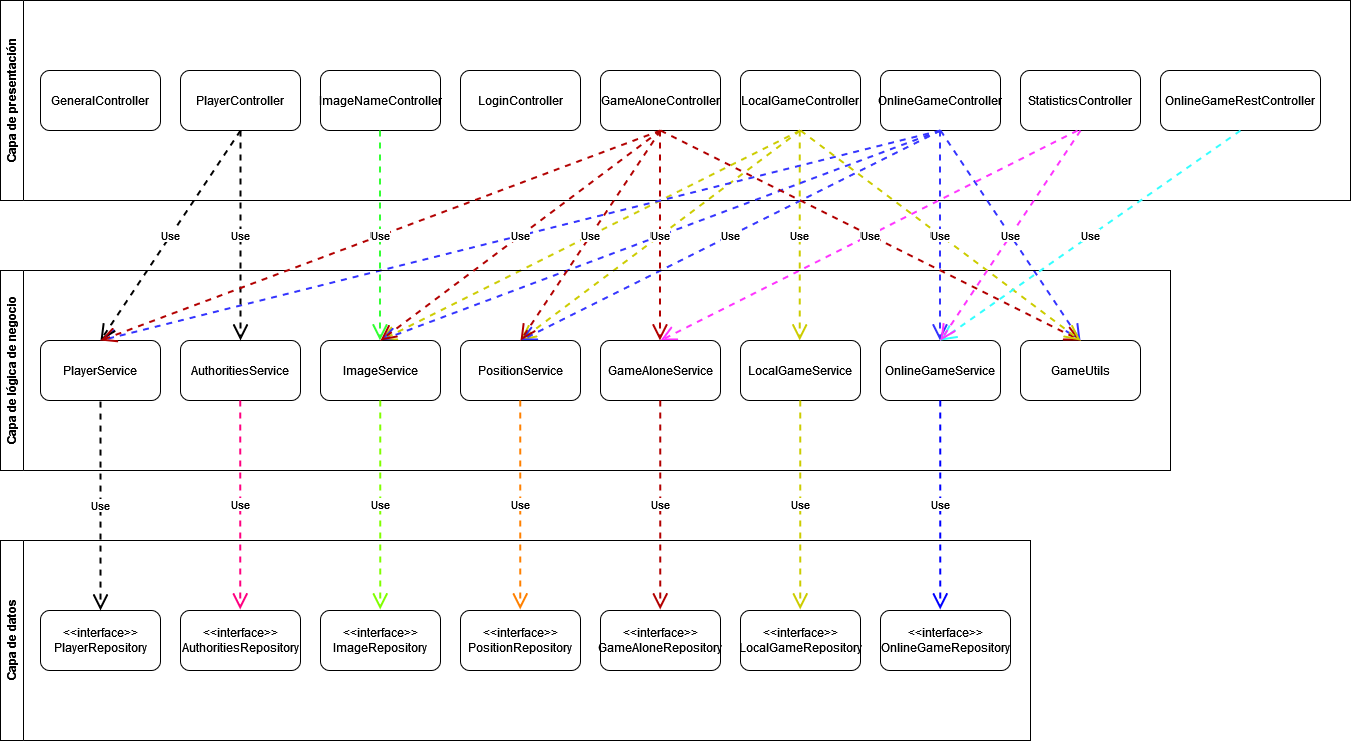
Above: doc/Diagrama de capas.png in jucamgar2/CUPES-TFG (draw.io), before the change. Source tidied: cells renumbered, new cells last; positions are measured from the earlier drawing's top-left corner, leaving out a move shared by most shapes. Source of this version:
```xml
<mxGraphModel>
  <root>
    <mxCell id="0" />
    <mxCell id="1" parent="0" />
    <mxCell id="2" value="&lt;div&gt;Capa de presentación&lt;/div&gt;" style="swimlane;horizontal=0;whiteSpace=wrap;html=1;startSize=23;" parent="1" vertex="1">
      <mxGeometry width="1350" height="200" as="geometry" />
    </mxCell>
    <mxCell id="3" value="GeneralController" style="rounded=1;whiteSpace=wrap;html=1;" parent="2" vertex="1">
      <mxGeometry x="40" y="70" width="120" height="60" as="geometry" />
    </mxCell>
    <mxCell id="4" value="PlayerController" style="rounded=1;whiteSpace=wrap;html=1;" parent="2" vertex="1">
      <mxGeometry x="180" y="70" width="120" height="60" as="geometry" />
    </mxCell>
    <mxCell id="5" value="LoginController" style="rounded=1;whiteSpace=wrap;html=1;" parent="2" vertex="1">
      <mxGeometry x="460" y="70" width="120" height="60" as="geometry" />
    </mxCell>
    <mxCell id="6" value="GameAloneController" style="rounded=1;whiteSpace=wrap;html=1;" parent="2" vertex="1">
      <mxGeometry x="600" y="70" width="120" height="60" as="geometry" />
    </mxCell>
    <mxCell id="7" value="LocalGameController" style="rounded=1;whiteSpace=wrap;html=1;" parent="2" vertex="1">
      <mxGeometry x="740" y="70" width="120" height="60" as="geometry" />
    </mxCell>
    <mxCell id="8" value="OnlineGameController" style="rounded=1;whiteSpace=wrap;html=1;" parent="2" vertex="1">
      <mxGeometry x="880" y="70" width="120" height="60" as="geometry" />
    </mxCell>
    <mxCell id="9" value="StatisticsController" style="rounded=1;whiteSpace=wrap;html=1;" parent="2" vertex="1">
      <mxGeometry x="1020" y="70" width="120" height="60" as="geometry" />
    </mxCell>
    <mxCell id="10" value="OnlineGameRestController" style="rounded=1;whiteSpace=wrap;html=1;" parent="2" vertex="1">
      <mxGeometry x="1160" y="70" width="160" height="60" as="geometry" />
    </mxCell>
    <mxCell id="11" value="ImageNameController" style="rounded=1;whiteSpace=wrap;html=1;" parent="2" vertex="1">
      <mxGeometry x="320" y="70" width="120" height="60" as="geometry" />
    </mxCell>
    <mxCell id="12" value="Use" style="endArrow=open;endSize=12;dashed=1;html=1;rounded=0;exitX=0.5;exitY=1;exitDx=0;exitDy=0;entryX=0.5;entryY=0;entryDx=0;entryDy=0;strokeWidth=2;fillColor=#60a917;strokeColor=#33FF33;" parent="2" edge="1">
      <mxGeometry relative="1" as="geometry">
        <mxPoint x="379.5" y="130" as="sourcePoint" />
        <mxPoint x="379.5" y="340" as="targetPoint" />
      </mxGeometry>
    </mxCell>
    <mxCell id="13" value="Use" style="endArrow=open;endSize=12;dashed=1;html=1;rounded=0;exitX=0.5;exitY=1;exitDx=0;exitDy=0;entryX=0.5;entryY=0;entryDx=0;entryDy=0;strokeWidth=2;fillColor=#e51400;strokeColor=#B20000;" parent="2" edge="1">
      <mxGeometry relative="1" as="geometry">
        <mxPoint x="659.5" y="130" as="sourcePoint" />
        <mxPoint x="659.5" y="340" as="targetPoint" />
      </mxGeometry>
    </mxCell>
    <mxCell id="14" value="Use" style="endArrow=open;endSize=12;dashed=1;html=1;rounded=0;exitX=0.5;exitY=1;exitDx=0;exitDy=0;entryX=0.5;entryY=0;entryDx=0;entryDy=0;strokeWidth=2;strokeColor=#CCCC00;fillColor=#fff2cc;gradientColor=#ffd966;" parent="2" edge="1">
      <mxGeometry relative="1" as="geometry">
        <mxPoint x="799.2" y="130" as="sourcePoint" />
        <mxPoint x="799.2" y="340" as="targetPoint" />
      </mxGeometry>
    </mxCell>
    <mxCell id="15" value="Use" style="endArrow=open;endSize=12;dashed=1;html=1;rounded=0;entryX=0.5;entryY=0;entryDx=0;entryDy=0;strokeWidth=2;strokeColor=#CCCC00;fillColor=#fff2cc;gradientColor=#ffd966;" parent="2" edge="1">
      <mxGeometry relative="1" as="geometry">
        <mxPoint x="799.7" y="130" as="sourcePoint" />
        <mxPoint x="519.7" y="340" as="targetPoint" />
      </mxGeometry>
    </mxCell>
    <mxCell id="16" value="Use" style="endArrow=open;endSize=12;dashed=1;html=1;rounded=0;strokeWidth=2;fillColor=#fff2cc;strokeColor=#CCCC00;gradientColor=#ffd966;" parent="2" edge="1">
      <mxGeometry relative="1" as="geometry">
        <mxPoint x="799.7" y="130" as="sourcePoint" />
        <mxPoint x="380" y="340" as="targetPoint" />
      </mxGeometry>
    </mxCell>
    <mxCell id="17" value="Use" style="endArrow=open;endSize=12;dashed=1;html=1;rounded=0;exitX=0.5;exitY=1;exitDx=0;exitDy=0;entryX=0.5;entryY=0;entryDx=0;entryDy=0;strokeWidth=2;strokeColor=#3333FF;" parent="2" edge="1">
      <mxGeometry relative="1" as="geometry">
        <mxPoint x="939.5" y="130" as="sourcePoint" />
        <mxPoint x="939.5" y="340" as="targetPoint" />
      </mxGeometry>
    </mxCell>
    <mxCell id="18" value="Use" style="endArrow=open;endSize=12;dashed=1;html=1;rounded=0;entryX=0.5;entryY=0;entryDx=0;entryDy=0;strokeWidth=2;strokeColor=#3333FF;" parent="2" edge="1" target="24">
      <mxGeometry relative="1" as="geometry">
        <mxPoint x="940" y="130" as="sourcePoint" />
      </mxGeometry>
    </mxCell>
    <mxCell id="19" value="Use" style="endArrow=open;endSize=12;dashed=1;html=1;rounded=0;strokeWidth=2;strokeColor=#3333FF;" parent="2" edge="1">
      <mxGeometry relative="1" as="geometry">
        <mxPoint x="940" y="130" as="sourcePoint" />
        <mxPoint x="380" y="340" as="targetPoint" />
      </mxGeometry>
    </mxCell>
    <mxCell id="20" value="Use" style="endArrow=open;endSize=12;dashed=1;html=1;rounded=0;strokeWidth=2;strokeColor=#3333FF;" parent="2" edge="1">
      <mxGeometry relative="1" as="geometry">
        <mxPoint x="940" y="130" as="sourcePoint" />
        <mxPoint x="520" y="340" as="targetPoint" />
      </mxGeometry>
    </mxCell>
    <mxCell id="21" value="Use" style="endArrow=open;endSize=12;dashed=1;html=1;rounded=0;strokeWidth=2;strokeColor=#3333FF;" parent="2" edge="1">
      <mxGeometry relative="1" as="geometry">
        <mxPoint x="940" y="130" as="sourcePoint" />
        <mxPoint x="1080" y="340" as="targetPoint" />
      </mxGeometry>
    </mxCell>
    <mxCell id="22" value="Use" style="endArrow=open;endSize=12;dashed=1;html=1;rounded=0;exitX=0.5;exitY=1;exitDx=0;exitDy=0;entryX=0.5;entryY=0;entryDx=0;entryDy=0;strokeWidth=2;strokeColor=#FF33FF;" parent="2" edge="1" target="28">
      <mxGeometry relative="1" as="geometry">
        <mxPoint x="1077" y="130" as="sourcePoint" />
      </mxGeometry>
    </mxCell>
    <mxCell id="23" value="&lt;div&gt;Capa de lógica de negocio&lt;/div&gt;" style="swimlane;horizontal=0;whiteSpace=wrap;html=1;startSize=23;" parent="1" vertex="1">
      <mxGeometry y="270" width="1170" height="200" as="geometry" />
    </mxCell>
    <mxCell id="24" value="PlayerService" style="rounded=1;whiteSpace=wrap;html=1;" parent="23" vertex="1">
      <mxGeometry x="40" y="70" width="120" height="60" as="geometry" />
    </mxCell>
    <mxCell id="25" value="AuthoritiesService" style="rounded=1;whiteSpace=wrap;html=1;" parent="23" vertex="1">
      <mxGeometry x="180" y="70" width="120" height="60" as="geometry" />
    </mxCell>
    <mxCell id="26" value="ImageService" style="rounded=1;whiteSpace=wrap;html=1;" parent="23" vertex="1">
      <mxGeometry x="320" y="70" width="120" height="60" as="geometry" />
    </mxCell>
    <mxCell id="27" value="PositionService" style="rounded=1;whiteSpace=wrap;html=1;" parent="23" vertex="1">
      <mxGeometry x="460" y="70" width="120" height="60" as="geometry" />
    </mxCell>
    <mxCell id="28" value="GameAloneService" style="rounded=1;whiteSpace=wrap;html=1;" parent="23" vertex="1">
      <mxGeometry x="600" y="70" width="120" height="60" as="geometry" />
    </mxCell>
    <mxCell id="29" value="LocalGameService" style="rounded=1;whiteSpace=wrap;html=1;" parent="23" vertex="1">
      <mxGeometry x="740" y="70" width="120" height="60" as="geometry" />
    </mxCell>
    <mxCell id="30" value="OnlineGameService" style="rounded=1;whiteSpace=wrap;html=1;" parent="23" vertex="1">
      <mxGeometry x="880" y="70" width="120" height="60" as="geometry" />
    </mxCell>
    <mxCell id="31" value="GameUtils" style="rounded=1;whiteSpace=wrap;html=1;" parent="23" vertex="1">
      <mxGeometry x="1020" y="70" width="120" height="60" as="geometry" />
    </mxCell>
    <mxCell id="32" value="Use" style="endArrow=open;endSize=12;dashed=1;html=1;rounded=0;exitX=0.408;exitY=1.017;exitDx=0;exitDy=0;exitPerimeter=0;strokeWidth=2;strokeColor=#FF0080;" parent="23" edge="1">
      <mxGeometry relative="1" as="geometry">
        <mxPoint x="239.7" y="130" as="sourcePoint" />
        <mxPoint x="239.7" y="339" as="targetPoint" />
      </mxGeometry>
    </mxCell>
    <mxCell id="33" value="Use" style="endArrow=open;endSize=12;dashed=1;html=1;rounded=0;exitX=0.408;exitY=1.017;exitDx=0;exitDy=0;exitPerimeter=0;strokeWidth=2;strokeColor=#80FF00;" parent="23" edge="1">
      <mxGeometry relative="1" as="geometry">
        <mxPoint x="379.7" y="130" as="sourcePoint" />
        <mxPoint x="379.7" y="339" as="targetPoint" />
      </mxGeometry>
    </mxCell>
    <mxCell id="34" value="Use" style="endArrow=open;endSize=12;dashed=1;html=1;rounded=0;exitX=0.408;exitY=1.017;exitDx=0;exitDy=0;exitPerimeter=0;strokeWidth=2;strokeColor=#FF8000;" parent="23" edge="1">
      <mxGeometry relative="1" as="geometry">
        <mxPoint x="519.7" y="130" as="sourcePoint" />
        <mxPoint x="519.7" y="339" as="targetPoint" />
      </mxGeometry>
    </mxCell>
    <mxCell id="35" value="Use" style="endArrow=open;endSize=12;dashed=1;html=1;rounded=0;exitX=0.408;exitY=1.017;exitDx=0;exitDy=0;exitPerimeter=0;strokeWidth=2;fillColor=#e51400;strokeColor=#B20000;" parent="23" edge="1">
      <mxGeometry relative="1" as="geometry">
        <mxPoint x="659.7" y="130" as="sourcePoint" />
        <mxPoint x="659.7" y="339" as="targetPoint" />
      </mxGeometry>
    </mxCell>
    <mxCell id="36" value="Use" style="endArrow=open;endSize=12;dashed=1;html=1;rounded=0;exitX=0.408;exitY=1.017;exitDx=0;exitDy=0;exitPerimeter=0;strokeWidth=2;strokeColor=#CCCC00;" parent="23" edge="1">
      <mxGeometry relative="1" as="geometry">
        <mxPoint x="799.7" y="130" as="sourcePoint" />
        <mxPoint x="799.7" y="339" as="targetPoint" />
      </mxGeometry>
    </mxCell>
    <mxCell id="37" value="Use" style="endArrow=open;endSize=12;dashed=1;html=1;rounded=0;exitX=0.408;exitY=1.017;exitDx=0;exitDy=0;exitPerimeter=0;strokeWidth=2;strokeColor=#0000FF;" parent="23" edge="1">
      <mxGeometry relative="1" as="geometry">
        <mxPoint x="939.7" y="130" as="sourcePoint" />
        <mxPoint x="939.7" y="339" as="targetPoint" />
      </mxGeometry>
    </mxCell>
    <mxCell id="38" value="Capa de datos" style="swimlane;horizontal=0;whiteSpace=wrap;html=1;startSize=23;" parent="1" vertex="1">
      <mxGeometry y="540" width="1030" height="200" as="geometry" />
    </mxCell>
    <mxCell id="39" value="&lt;div&gt;&amp;lt;&amp;lt;interface&amp;gt;&amp;gt;&lt;/div&gt;&lt;div&gt;PlayerRepository&lt;/div&gt;" style="rounded=1;whiteSpace=wrap;html=1;" parent="38" vertex="1">
      <mxGeometry x="40" y="70" width="120" height="60" as="geometry" />
    </mxCell>
    <mxCell id="40" value="&lt;div&gt;&amp;lt;&amp;lt;interface&amp;gt;&amp;gt;&lt;/div&gt;&lt;div&gt;AuthoritiesRepository&lt;/div&gt;" style="rounded=1;whiteSpace=wrap;html=1;" parent="38" vertex="1">
      <mxGeometry x="180" y="70" width="120" height="60" as="geometry" />
    </mxCell>
    <mxCell id="41" value="&lt;div&gt;&amp;lt;&amp;lt;interface&amp;gt;&amp;gt;&lt;/div&gt;&lt;div&gt;ImageRepository&lt;/div&gt;" style="rounded=1;whiteSpace=wrap;html=1;" parent="38" vertex="1">
      <mxGeometry x="320" y="70" width="120" height="60" as="geometry" />
    </mxCell>
    <mxCell id="42" value="&amp;lt;&amp;lt;interface&amp;gt;&amp;gt; PositionRepository" style="rounded=1;whiteSpace=wrap;html=1;" parent="38" vertex="1">
      <mxGeometry x="460" y="70" width="120" height="60" as="geometry" />
    </mxCell>
    <mxCell id="43" value="&amp;lt;&amp;lt;interface&amp;gt;&amp;gt; GameAloneRepository" style="rounded=1;whiteSpace=wrap;html=1;" parent="38" vertex="1">
      <mxGeometry x="600" y="70" width="120" height="60" as="geometry" />
    </mxCell>
    <mxCell id="44" value="&amp;lt;&amp;lt;interface&amp;gt;&amp;gt; LocalGameRepository" style="rounded=1;whiteSpace=wrap;html=1;" parent="38" vertex="1">
      <mxGeometry x="740" y="70" width="120" height="60" as="geometry" />
    </mxCell>
    <mxCell id="45" value="&amp;lt;&amp;lt;interface&amp;gt;&amp;gt; OnlineGameRepository" style="rounded=1;whiteSpace=wrap;html=1;" parent="38" vertex="1">
      <mxGeometry x="880" y="70" width="130" height="60" as="geometry" />
    </mxCell>
    <mxCell id="46" value="Use" style="endArrow=open;endSize=12;dashed=1;html=1;rounded=0;exitX=0.408;exitY=1.017;exitDx=0;exitDy=0;exitPerimeter=0;strokeWidth=2;" parent="1" edge="1">
      <mxGeometry relative="1" as="geometry">
        <mxPoint x="100" y="401" as="sourcePoint" />
        <mxPoint x="100" y="610" as="targetPoint" />
      </mxGeometry>
    </mxCell>
    <mxCell id="47" value="Use" style="endArrow=open;endSize=12;dashed=1;html=1;rounded=0;exitX=0.5;exitY=1;exitDx=0;exitDy=0;entryX=0.5;entryY=0;entryDx=0;entryDy=0;strokeWidth=2;" parent="1" edge="1" source="4" target="24">
      <mxGeometry relative="1" as="geometry" />
    </mxCell>
    <mxCell id="48" value="Use" style="endArrow=open;endSize=12;dashed=1;html=1;rounded=0;exitX=0.5;exitY=1;exitDx=0;exitDy=0;entryX=0.5;entryY=0;entryDx=0;entryDy=0;strokeWidth=2;" parent="1" edge="1" source="4" target="25">
      <mxGeometry relative="1" as="geometry" />
    </mxCell>
    <mxCell id="49" value="Use" style="endArrow=open;endSize=12;dashed=1;html=1;rounded=0;entryX=0.5;entryY=0;entryDx=0;entryDy=0;strokeWidth=2;fillColor=#e51400;strokeColor=#B20000;" parent="1" edge="1" target="26">
      <mxGeometry relative="1" as="geometry">
        <mxPoint x="660" y="130" as="sourcePoint" />
      </mxGeometry>
    </mxCell>
    <mxCell id="50" value="Use" style="endArrow=open;endSize=12;dashed=1;html=1;rounded=0;strokeWidth=2;fillColor=#e51400;strokeColor=#B20000;" parent="1" edge="1">
      <mxGeometry relative="1" as="geometry">
        <mxPoint x="660" y="130" as="sourcePoint" />
        <mxPoint x="100" y="340" as="targetPoint" />
      </mxGeometry>
    </mxCell>
    <mxCell id="51" value="Use" style="endArrow=open;endSize=12;dashed=1;html=1;rounded=0;entryX=0.5;entryY=0;entryDx=0;entryDy=0;strokeWidth=2;fillColor=#e51400;strokeColor=#B20000;" parent="1" edge="1" target="27">
      <mxGeometry relative="1" as="geometry">
        <mxPoint x="660" y="130" as="sourcePoint" />
      </mxGeometry>
    </mxCell>
    <mxCell id="52" value="Use" style="endArrow=open;endSize=12;dashed=1;html=1;rounded=0;entryX=0.5;entryY=0;entryDx=0;entryDy=0;strokeWidth=2;fillColor=#e51400;strokeColor=#B20000;" parent="1" edge="1" target="31">
      <mxGeometry relative="1" as="geometry">
        <mxPoint x="660" y="130" as="sourcePoint" />
      </mxGeometry>
    </mxCell>
    <mxCell id="53" value="Use" style="endArrow=open;endSize=12;dashed=1;html=1;rounded=0;strokeWidth=2;strokeColor=#CCCC00;fillColor=#fff2cc;gradientColor=#ffd966;" parent="1" edge="1">
      <mxGeometry relative="1" as="geometry">
        <mxPoint x="800" y="130" as="sourcePoint" />
        <mxPoint x="1080" y="340" as="targetPoint" />
      </mxGeometry>
    </mxCell>
    <mxCell id="54" value="Use" style="endArrow=open;endSize=12;dashed=1;html=1;rounded=0;exitX=0.5;exitY=1;exitDx=0;exitDy=0;strokeWidth=2;strokeColor=#33FFFF;" parent="1" edge="1" source="10">
      <mxGeometry relative="1" as="geometry">
        <mxPoint x="940" y="340" as="targetPoint" />
      </mxGeometry>
    </mxCell>
    <mxCell id="55" value="Use" style="endArrow=open;endSize=12;dashed=1;html=1;rounded=0;strokeWidth=2;strokeColor=#FF33FF;" parent="1" edge="1">
      <mxGeometry relative="1" as="geometry">
        <mxPoint x="1080" y="130" as="sourcePoint" />
        <mxPoint x="940" y="340" as="targetPoint" />
      </mxGeometry>
    </mxCell>
  </root>
</mxGraphModel>
```
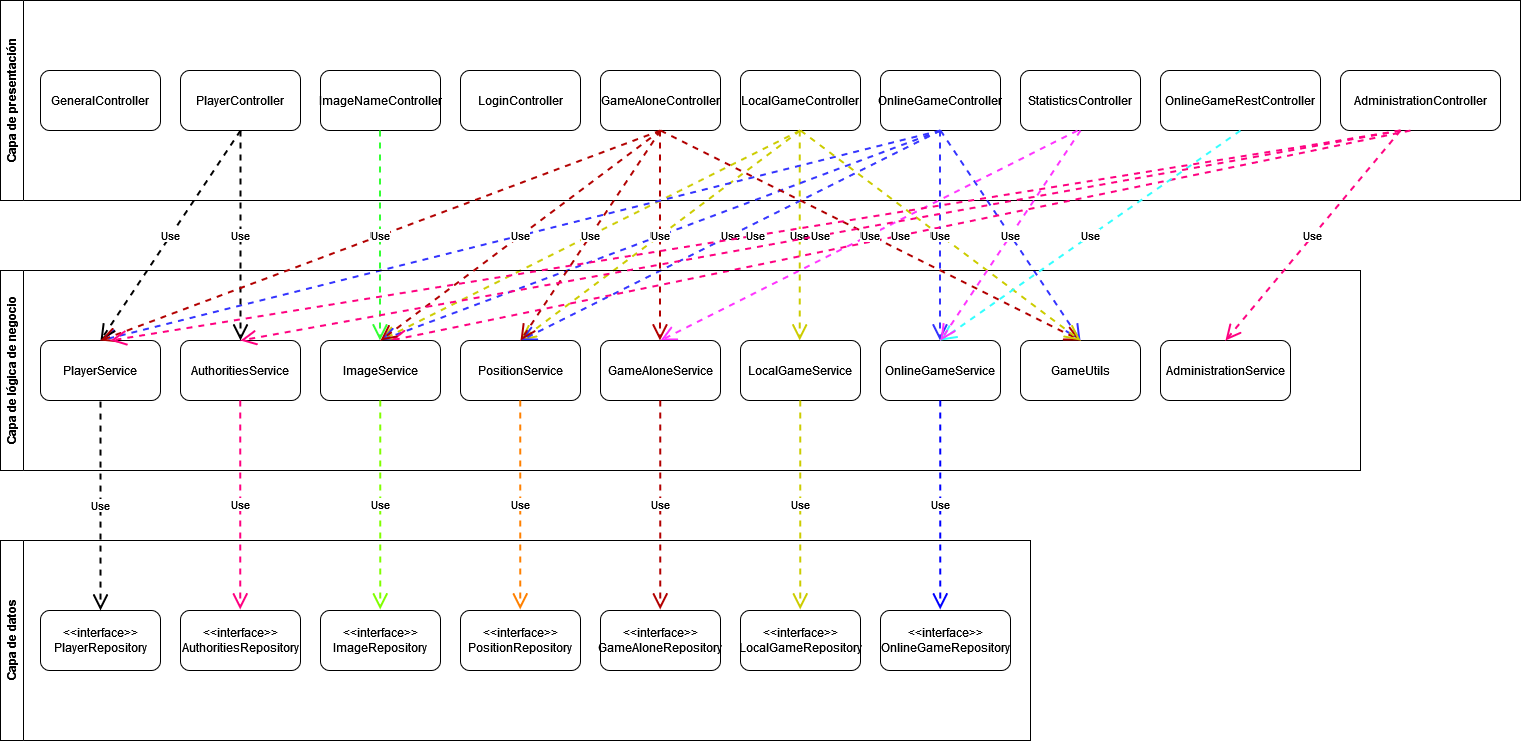
The same file after the commit.

What changed in the source:
```diff
@@ -3,7 +3,7 @@
     <mxCell id="0" />
     <mxCell id="1" parent="0" />
     <mxCell id="2" value="&lt;div&gt;Capa de presentación&lt;/div&gt;" style="swimlane;horizontal=0;whiteSpace=wrap;html=1;startSize=23;" parent="1" vertex="1">
-      <mxGeometry width="1350" height="200" as="geometry" />
+      <mxGeometry width="1520" height="200" as="geometry" />
     </mxCell>
     <mxCell id="3" value="GeneralController" style="rounded=1;whiteSpace=wrap;html=1;" parent="2" vertex="1">
       <mxGeometry x="40" y="70" width="120" height="60" as="geometry" />
@@ -96,8 +96,17 @@
         <mxPoint x="1077" y="130" as="sourcePoint" />
       </mxGeometry>
     </mxCell>
+    <mxCell id="56" value="&lt;div&gt;AdministrationController&lt;/div&gt;" style="rounded=1;whiteSpace=wrap;html=1;" parent="2" vertex="1">
+      <mxGeometry x="1340" y="70" width="160" height="60" as="geometry" />
+    </mxCell>
+    <mxCell id="57" value="Use" style="endArrow=open;endSize=12;dashed=1;html=1;rounded=0;exitX=0.5;exitY=1;exitDx=0;exitDy=0;strokeWidth=2;strokeColor=#FF0080;" parent="2" edge="1">
+      <mxGeometry relative="1" as="geometry">
+        <mxPoint x="1410" y="130" as="sourcePoint" />
+        <mxPoint x="390" y="340" as="targetPoint" />
+      </mxGeometry>
+    </mxCell>
     <mxCell id="23" value="&lt;div&gt;Capa de lógica de negocio&lt;/div&gt;" style="swimlane;horizontal=0;whiteSpace=wrap;html=1;startSize=23;" parent="1" vertex="1">
-      <mxGeometry y="270" width="1170" height="200" as="geometry" />
+      <mxGeometry y="270" width="1360" height="200" as="geometry" />
     </mxCell>
     <mxCell id="24" value="PlayerService" style="rounded=1;whiteSpace=wrap;html=1;" parent="23" vertex="1">
       <mxGeometry x="40" y="70" width="120" height="60" as="geometry" />
@@ -159,6 +168,9 @@
         <mxPoint x="939.7" y="339" as="targetPoint" />
       </mxGeometry>
     </mxCell>
+    <mxCell id="58" value="AdministrationService" style="rounded=1;whiteSpace=wrap;html=1;" parent="23" vertex="1">
+      <mxGeometry x="1160" y="70" width="130" height="60" as="geometry" />
+    </mxCell>
     <mxCell id="38" value="Capa de datos" style="swimlane;horizontal=0;whiteSpace=wrap;html=1;startSize=23;" parent="1" vertex="1">
       <mxGeometry y="540" width="1030" height="200" as="geometry" />
     </mxCell>
@@ -233,5 +245,21 @@
         <mxPoint x="940" y="340" as="targetPoint" />
       </mxGeometry>
     </mxCell>
+    <mxCell id="59" value="Use" style="endArrow=open;endSize=12;dashed=1;html=1;rounded=0;strokeWidth=2;strokeColor=#FF0080;" parent="1" edge="1">
+      <mxGeometry relative="1" as="geometry">
+        <mxPoint x="1400" y="130" as="sourcePoint" />
+        <mxPoint x="110" y="340" as="targetPoint" />
+      </mxGeometry>
+    </mxCell>
+    <mxCell id="60" value="Use" style="endArrow=open;endSize=12;dashed=1;html=1;rounded=0;strokeWidth=2;strokeColor=#FF0080;entryX=0.5;entryY=0;entryDx=0;entryDy=0;" parent="1" edge="1" target="58">
+      <mxGeometry relative="1" as="geometry">
+        <mxPoint x="1400" y="130" as="sourcePoint" />
+      </mxGeometry>
+    </mxCell>
+    <mxCell id="61" value="Use" style="endArrow=open;endSize=12;dashed=1;html=1;rounded=0;strokeWidth=2;strokeColor=#FF0080;entryX=0.5;entryY=0;entryDx=0;entryDy=0;" parent="1" edge="1" target="25">
+      <mxGeometry relative="1" as="geometry">
+        <mxPoint x="1400" y="130" as="sourcePoint" />
+      </mxGeometry>
+    </mxCell>
   </root>
 </mxGraphModel>
```
